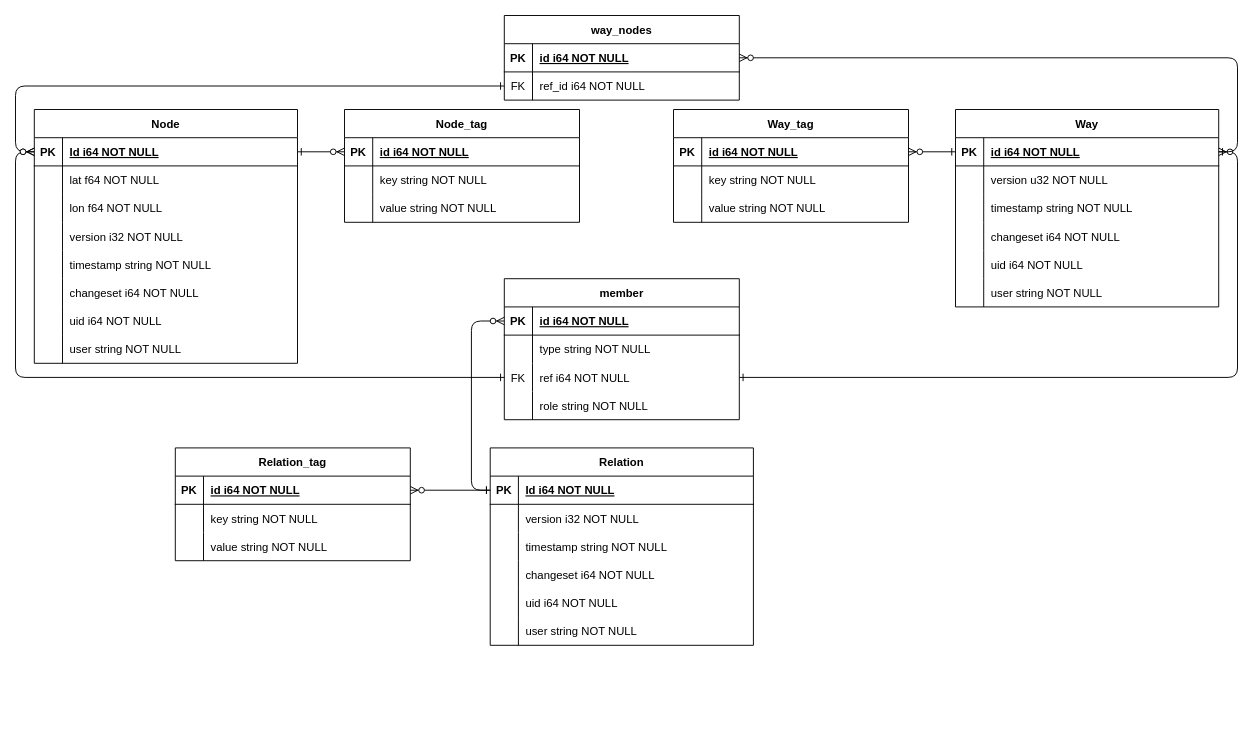
Chrisser1/GoogleMapsClone keeps this draw.io diagram as database_entity_relationship_diagram.drawio. Above is the earlier version. Source tidied: cells renumbered, new cells numbered last; positions are measured from the earlier drawing's top-left corner, leaving out a move shared by most shapes. Both pictures are drawn from the tidied source at 94%, with x=0, y=0 at pixel (34, 15).
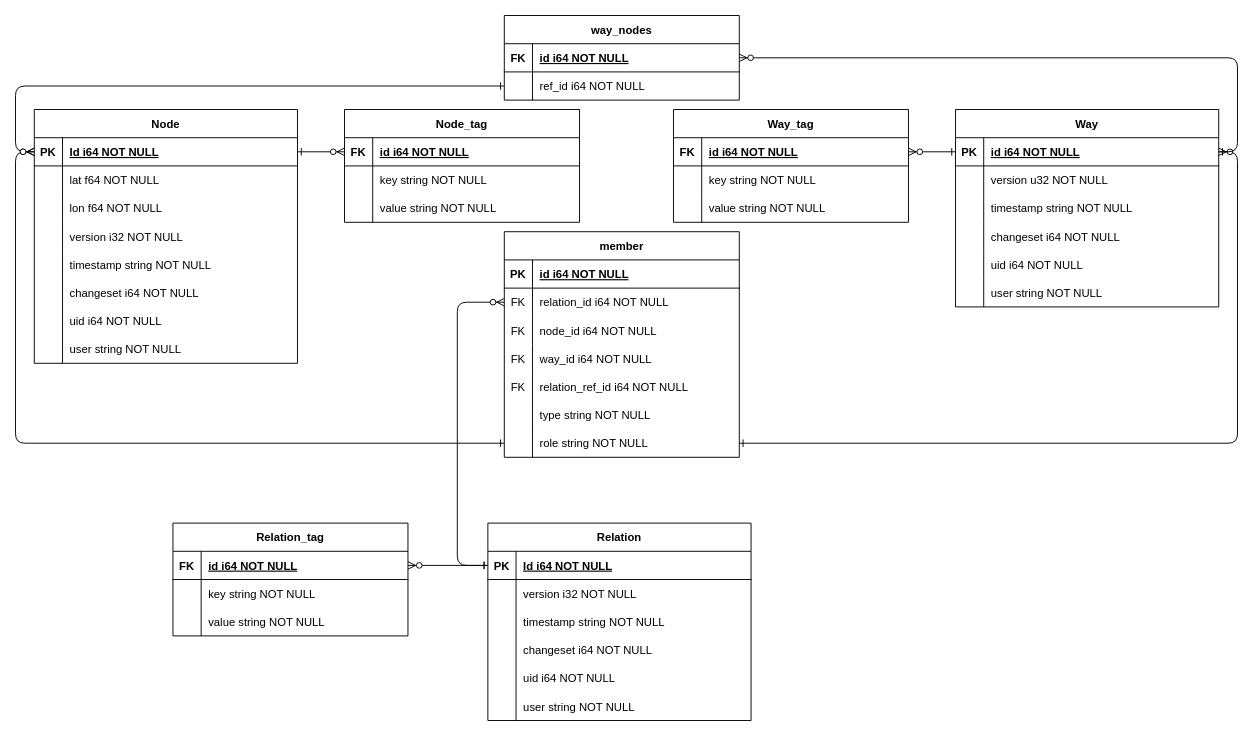
Above is the later version.

The change refers to these unchanged cells:
```xml
<mxCell id="47" style="shape=partialRectangle;fillColor=none;points=[[0,0.5],[1,0.5]];portConstraint=eastwest;top=0;left=0;right=0;bottom=1;" parent="46" vertex="1">
  <mxGeometry y="30" width="250" height="30" as="geometry" />
</mxCell>
<mxCell id="50" style="shape=partialRectangle;fillColor=none;points=[[0,0.5],[1,0.5]];portConstraint=eastwest;top=0;left=0;right=0;bottom=0;" parent="46" vertex="1">
  <mxGeometry y="60" width="250" height="30" as="geometry" />
</mxCell>
<mxCell id="55" style="shape=partialRectangle;fillColor=none;points=[[0,0.5],[1,0.5]];portConstraint=eastwest;top=0;left=0;right=0;bottom=1;" parent="54" vertex="1">
  <mxGeometry y="30" width="280" height="30" as="geometry" />
</mxCell>
<mxCell id="74" style="shape=partialRectangle;fillColor=none;points=[[0,0.5],[1,0.5]];portConstraint=eastwest;top=0;left=0;right=0;bottom=1;" parent="73" vertex="1">
  <mxGeometry y="30" width="250" height="30" as="geometry" />
</mxCell>
<mxCell id="77" style="shape=partialRectangle;fillColor=none;points=[[0,0.5],[1,0.5]];portConstraint=eastwest;top=0;left=0;right=0;bottom=0;" parent="73" vertex="1">
  <mxGeometry y="60" width="250" height="30" as="geometry" />
</mxCell>
<mxCell id="90" style="shape=partialRectangle;fillColor=none;points=[[0,0.5],[1,0.5]];portConstraint=eastwest;top=0;left=0;right=0;bottom=1;" parent="89" vertex="1">
  <mxGeometry y="30" width="250" height="30" as="geometry" />
</mxCell>
<mxCell id="101" style="shape=partialRectangle;fillColor=none;points=[[0,0.5],[1,0.5]];portConstraint=eastwest;top=0;left=0;right=0;bottom=1;" parent="100" vertex="1">
  <mxGeometry y="30" width="250" height="30" as="geometry" />
</mxCell>
<mxCell id="112" style="shape=partialRectangle;fillColor=none;points=[[0,0.5],[1,0.5]];portConstraint=eastwest;top=0;left=0;right=0;bottom=1;" parent="111" vertex="1">
  <mxGeometry y="30" width="250" height="30" as="geometry" />
</mxCell>
```

Change to the diagram source:
```diff
@@
-    <mxCell id="48" value="PK" style="shape=partialRectangle;overflow=hidden;fillColor=none;top=0;left=0;bottom=0;right=0;fontStyle=1;" parent="47" vertex="1">
+    <mxCell id="48" value="FK" style="shape=partialRectangle;overflow=hidden;fillColor=none;top=0;left=0;bottom=0;right=0;fontStyle=1;" parent="47" vertex="1">
       <mxGeometry width="30" height="30" as="geometry" />
     </mxCell>
@@
-    <mxCell id="51" value="FK" style="shape=partialRectangle;overflow=hidden;fillColor=none;top=0;left=0;bottom=0;right=0;" parent="50" vertex="1">
+    <mxCell id="51" style="shape=partialRectangle;overflow=hidden;fillColor=none;top=0;left=0;bottom=0;right=0;" parent="50" vertex="1">
       <mxGeometry width="30" height="30" as="geometry" />
     </mxCell>
@@
     <mxCell id="54" value="Relation" style="shape=table;startSize=30;childLayout=tableLayout;rowLines=0;fontStyle=1;align=center;" parent="1" vertex="1">
-      <mxGeometry x="485" y="460" width="280" height="210" as="geometry" />
+      <mxGeometry x="482.5" y="540" width="280" height="210" as="geometry" />
     </mxCell>
@@
     <mxCell id="73" value="member" style="shape=table;startSize=30;childLayout=tableLayout;rowLines=0;fontStyle=1;align=center;" parent="1" vertex="1">
-      <mxGeometry x="500" y="280" width="250" height="150" as="geometry" />
+      <mxGeometry x="500" y="230" width="250" height="240" as="geometry" />
     </mxCell>
@@
-    <mxCell id="78" style="shape=partialRectangle;overflow=hidden;fillColor=none;top=0;left=0;bottom=0;right=0;" parent="77" vertex="1">
+    <mxCell id="78" value="FK" style="shape=partialRectangle;overflow=hidden;fillColor=none;top=0;left=0;bottom=0;right=0;" parent="77" vertex="1">
       <mxGeometry width="30" height="30" as="geometry" />
     </mxCell>
-    <mxCell id="79" value="type string NOT NULL" style="shape=partialRectangle;overflow=hidden;fillColor=none;top=0;left=0;bottom=0;right=0;align=left;spacingLeft=6;" parent="77" vertex="1">
+    <mxCell id="79" value="relation_id i64 NOT NULL" style="shape=partialRectangle;overflow=hidden;fillColor=none;top=0;left=0;bottom=0;right=0;align=left;spacingLeft=6;" parent="77" vertex="1">
       <mxGeometry x="30" width="220" height="30" as="geometry" />
     </mxCell>
+    <mxCell id="123" style="shape=partialRectangle;fillColor=none;top=0;left=0;right=0;bottom=0;" parent="73" vertex="1">
+      <mxGeometry y="90" width="250" height="30" as="geometry" />
+    </mxCell>
+    <mxCell id="124" value="FK" style="shape=partialRectangle;overflow=hidden;fillColor=none;top=0;left=0;bottom=0;right=0;" parent="123" vertex="1">
+      <mxGeometry width="30" height="30" as="geometry" />
+    </mxCell>
+    <mxCell id="125" value="node_id i64 NOT NULL" style="shape=partialRectangle;overflow=hidden;fillColor=none;top=0;left=0;bottom=0;right=0;align=left;spacingLeft=6;" parent="123" vertex="1">
+      <mxGeometry x="30" width="220" height="30" as="geometry" />
+    </mxCell>
+    <mxCell id="83" style="shape=partialRectangle;fillColor=none;top=0;left=0;right=0;bottom=0;" parent="73" vertex="1">
+      <mxGeometry y="120" width="250" height="30" as="geometry" />
+    </mxCell>
+    <mxCell id="126" value="FK" style="shape=partialRectangle;overflow=hidden;fillColor=none;top=0;left=0;bottom=0;right=0;" parent="83" vertex="1">
+      <mxGeometry width="30" height="30" as="geometry" />
+    </mxCell>
+    <mxCell id="127" value="way_id i64 NOT NULL" style="shape=partialRectangle;overflow=hidden;fillColor=none;top=0;left=0;bottom=0;right=0;align=left;spacingLeft=6;" parent="83" vertex="1">
+      <mxGeometry x="30" width="220" height="30" as="geometry" />
+    </mxCell>
+    <mxCell id="128" style="shape=partialRectangle;fillColor=none;top=0;left=0;right=0;bottom=0;" parent="73" vertex="1">
+      <mxGeometry y="150" width="250" height="30" as="geometry" />
+    </mxCell>
+    <mxCell id="129" value="FK" style="shape=partialRectangle;overflow=hidden;fillColor=none;top=0;left=0;bottom=0;right=0;" parent="128" vertex="1">
+      <mxGeometry width="30" height="30" as="geometry" />
+    </mxCell>
+    <mxCell id="130" value="relation_ref_id i64 NOT NULL" style="shape=partialRectangle;overflow=hidden;fillColor=none;top=0;left=0;bottom=0;right=0;align=left;spacingLeft=6;" parent="128" vertex="1">
+      <mxGeometry x="30" width="220" height="30" as="geometry" />
+    </mxCell>
+    <mxCell id="131" style="shape=partialRectangle;fillColor=none;top=0;left=0;right=0;bottom=0;" parent="73" vertex="1">
+      <mxGeometry y="180" width="250" height="30" as="geometry" />
+    </mxCell>
+    <mxCell id="84" style="shape=partialRectangle;overflow=hidden;fillColor=none;top=0;left=0;bottom=0;right=0;" parent="131" vertex="1">
+      <mxGeometry width="30" height="30" as="geometry" />
+    </mxCell>
+    <mxCell id="132" value="type string NOT NULL" style="shape=partialRectangle;overflow=hidden;fillColor=none;top=0;left=0;bottom=0;right=0;align=left;spacingLeft=6;" parent="131" vertex="1">
+      <mxGeometry x="30" width="220" height="30" as="geometry" />
+    </mxCell>
     <mxCell id="80" style="shape=partialRectangle;fillColor=none;points=[[0,0.5],[1,0.5]];portConstraint=eastwest;top=0;left=0;right=0;bottom=0;" parent="73" vertex="1">
-      <mxGeometry y="90" width="250" height="30" as="geometry" />
+      <mxGeometry y="210" width="250" height="30" as="geometry" />
     </mxCell>
-    <mxCell id="81" value="FK" style="shape=partialRectangle;overflow=hidden;fillColor=none;top=0;left=0;bottom=0;right=0;" parent="80" vertex="1">
+    <mxCell id="81" style="shape=partialRectangle;overflow=hidden;fillColor=none;top=0;left=0;bottom=0;right=0;" parent="80" vertex="1">
       <mxGeometry width="30" height="30" as="geometry" />
     </mxCell>
-    <mxCell id="82" value="ref i64 NOT NULL" style="shape=partialRectangle;overflow=hidden;fillColor=none;top=0;left=0;bottom=0;right=0;align=left;spacingLeft=6;" parent="80" vertex="1">
+    <mxCell id="82" value="role string NOT NULL" style="shape=partialRectangle;overflow=hidden;fillColor=none;top=0;left=0;bottom=0;right=0;align=left;spacingLeft=6;" parent="80" vertex="1">
       <mxGeometry x="30" width="220" height="30" as="geometry" />
     </mxCell>
-    <mxCell id="83" style="shape=partialRectangle;fillColor=none;top=0;left=0;right=0;bottom=0;" parent="73" vertex="1">
-      <mxGeometry y="120" width="250" height="30" as="geometry" />
-    </mxCell>
-    <mxCell id="84" style="shape=partialRectangle;overflow=hidden;fillColor=none;top=0;left=0;bottom=0;right=0;" parent="83" vertex="1">
-      <mxGeometry width="30" height="30" as="geometry" />
-    </mxCell>
-    <mxCell id="85" value="role string NOT NULL" style="shape=partialRectangle;overflow=hidden;fillColor=none;top=0;left=0;bottom=0;right=0;align=left;spacingLeft=6;" parent="83" vertex="1">
-      <mxGeometry x="30" width="220" height="30" as="geometry" />
-    </mxCell>
-    <mxCell id="86" style="edgeStyle=orthogonalEdgeStyle;rounded=1;jettySize=auto;html=1;entryX=0;entryY=0.5;entryDx=0;entryDy=0;strokeColor=default;align=center;verticalAlign=middle;fontFamily=Helvetica;fontSize=11;fontColor=default;labelBackgroundColor=default;startArrow=ERone;startFill=0;endArrow=ERzeroToMany;endFill=1;" parent="1" edge="1" source="55" target="74">
-      <mxGeometry relative="1" as="geometry" />
+    <mxCell id="86" style="edgeStyle=orthogonalEdgeStyle;rounded=1;jettySize=auto;html=1;entryX=0;entryY=0.5;entryDx=0;entryDy=0;strokeColor=default;align=center;verticalAlign=middle;fontFamily=Helvetica;fontSize=11;fontColor=default;labelBackgroundColor=default;startArrow=ERone;startFill=0;endArrow=ERzeroToMany;endFill=1;" parent="1" edge="1" source="55" target="77">
+      <mxGeometry relative="1" as="geometry">
+        <Array as="points">
+          <mxPoint x="450" y="585" />
+          <mxPoint x="450" y="305" />
+        </Array>
+      </mxGeometry>
     </mxCell>
@@
-    <mxCell id="91" value="PK" style="shape=partialRectangle;overflow=hidden;fillColor=none;top=0;left=0;bottom=0;right=0;fontStyle=1;" parent="90" vertex="1">
+    <mxCell id="91" value="FK" style="shape=partialRectangle;overflow=hidden;fillColor=none;top=0;left=0;bottom=0;right=0;fontStyle=1;" parent="90" vertex="1">
       <mxGeometry width="30" height="30" as="geometry" />
     </mxCell>
@@
     <mxCell id="100" value="Relation_tag" style="shape=table;startSize=30;childLayout=tableLayout;rowLines=0;fontStyle=1;align=center;" parent="1" vertex="1">
-      <mxGeometry x="150" y="460" width="250" height="120" as="geometry" />
+      <mxGeometry x="147.5" y="540" width="250" height="120" as="geometry" />
     </mxCell>
@@
-    <mxCell id="102" value="PK" style="shape=partialRectangle;overflow=hidden;fillColor=none;top=0;left=0;bottom=0;right=0;fontStyle=1;" parent="101" vertex="1">
+    <mxCell id="102" value="FK" style="shape=partialRectangle;overflow=hidden;fillColor=none;top=0;left=0;bottom=0;right=0;fontStyle=1;" parent="101" vertex="1">
       <mxGeometry width="30" height="30" as="geometry" />
     </mxCell>
@@
-    <mxCell id="113" value="PK" style="shape=partialRectangle;overflow=hidden;fillColor=none;top=0;left=0;bottom=0;right=0;fontStyle=1;" parent="112" vertex="1">
+    <mxCell id="113" value="FK" style="shape=partialRectangle;overflow=hidden;fillColor=none;top=0;left=0;bottom=0;right=0;fontStyle=1;" parent="112" vertex="1">
       <mxGeometry width="30" height="30" as="geometry" />
     </mxCell>
```
